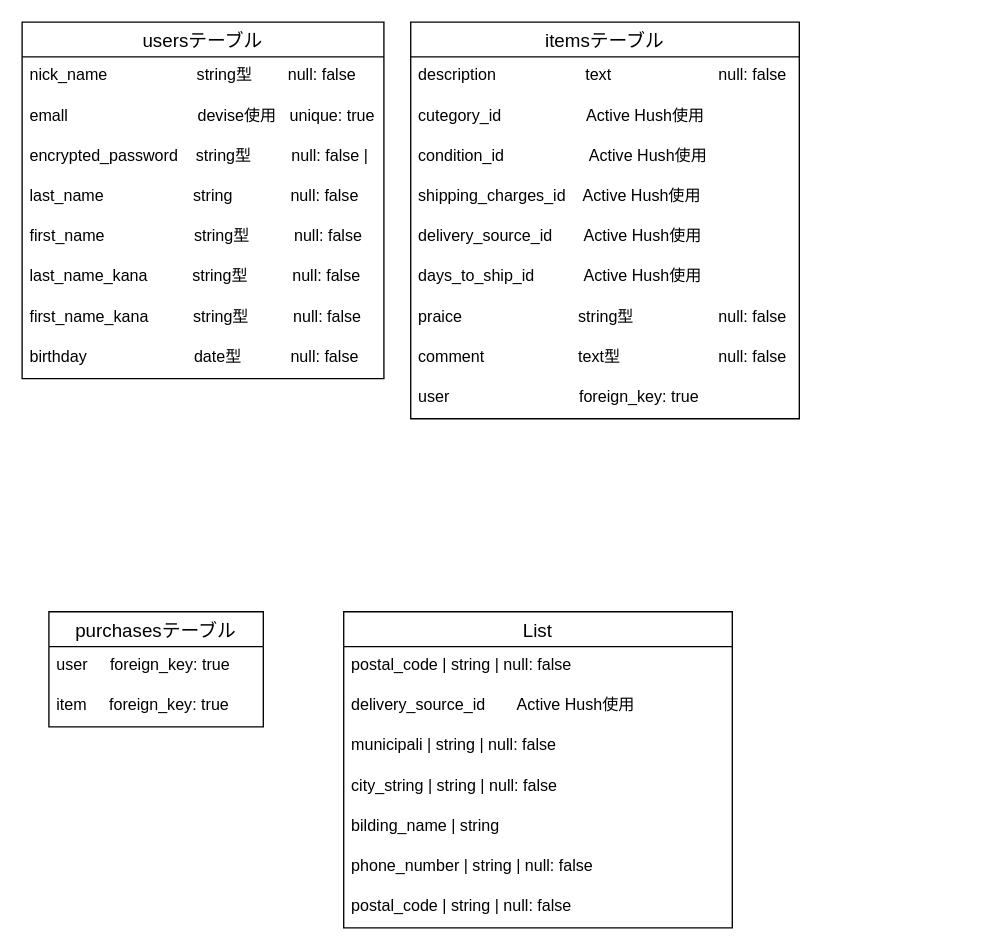
The draw.io diagram ER1.dio in hasemoku/furima-35430, before the edit. Source tidied: cells renumbered, new cells numbered last; positions are measured from the earlier drawing's top-left corner, leaving out a move shared by most shapes. Both pictures are drawn from the tidied source at 134%, with x=0, y=0 at pixel (21, 21).
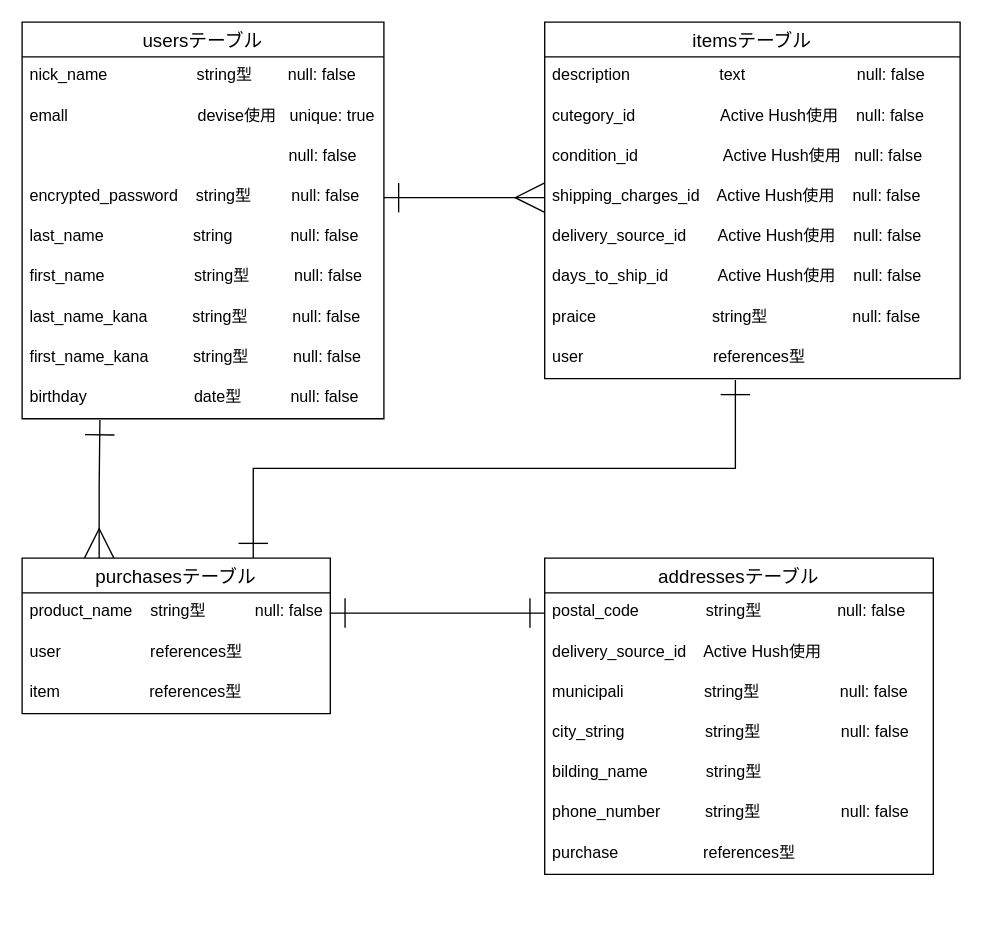
The same page after the edit.

What changed in the source:
```diff
@@
     <mxCell id="2" value="usersテーブル" style="swimlane;fontStyle=0;horizontal=1;startSize=26;align=center;fontSize=14;" parent="1" vertex="1">
-      <mxGeometry width="270" height="266" as="geometry" />
+      <mxGeometry width="270" height="296" as="geometry" />
     </mxCell>
@@
+    <mxCell id="32" value="                                                          null: false" style="text;strokeColor=none;fillColor=none;spacingLeft=4;spacingRight=4;overflow=hidden;fontSize=12;" parent="2" vertex="1">
+      <mxGeometry y="86" width="270" height="30" as="geometry" />
+    </mxCell>
-    <mxCell id="5" value=" encrypted_password    string型         null: false  |" style="text;strokeColor=none;fillColor=none;spacingLeft=4;spacingRight=4;overflow=hidden;points=[[0,0.5],[1,0.5]];portConstraint=eastwest;fontSize=12;" parent="2" vertex="1">
-      <mxGeometry y="86" width="270" height="30" as="geometry" />
+    <mxCell id="5" value=" encrypted_password    string型         null: false " style="text;strokeColor=none;fillColor=none;spacingLeft=4;spacingRight=4;overflow=hidden;points=[[0,0.5],[1,0.5]];portConstraint=eastwest;fontSize=12;" parent="2" vertex="1">
+      <mxGeometry y="116" width="270" height="30" as="geometry" />
     </mxCell>
     <mxCell id="6" value="last_name                    string             null: false" style="text;strokeColor=none;fillColor=none;spacingLeft=4;spacingRight=4;overflow=hidden;fontSize=12;" parent="2" vertex="1">
-      <mxGeometry y="116" width="270" height="30" as="geometry" />
+      <mxGeometry y="146" width="270" height="30" as="geometry" />
     </mxCell>
     <mxCell id="7" value="first_name                    string型          null: false" style="text;strokeColor=none;fillColor=none;spacingLeft=4;spacingRight=4;overflow=hidden;fontSize=12;" parent="2" vertex="1">
-      <mxGeometry y="146" width="270" height="30" as="geometry" />
+      <mxGeometry y="176" width="270" height="30" as="geometry" />
     </mxCell>
     <mxCell id="8" value="last_name_kana          string型          null: false" style="text;strokeColor=none;fillColor=none;spacingLeft=4;spacingRight=4;overflow=hidden;fontSize=12;" parent="2" vertex="1">
-      <mxGeometry y="176" width="270" height="30" as="geometry" />
+      <mxGeometry y="206" width="270" height="30" as="geometry" />
     </mxCell>
     <mxCell id="9" value="first_name_kana          string型          null: false" style="text;strokeColor=none;fillColor=none;spacingLeft=4;spacingRight=4;overflow=hidden;fontSize=12;" parent="2" vertex="1">
-      <mxGeometry y="206" width="270" height="30" as="geometry" />
+      <mxGeometry y="236" width="270" height="30" as="geometry" />
     </mxCell>
     <mxCell id="10" value="birthday                        date型           null: false" style="text;strokeColor=none;fillColor=none;spacingLeft=4;spacingRight=4;overflow=hidden;points=[[0,0.5],[1,0.5]];portConstraint=eastwest;fontSize=12;" parent="2" vertex="1">
-      <mxGeometry y="236" width="270" height="30" as="geometry" />
+      <mxGeometry y="266" width="270" height="30" as="geometry" />
     </mxCell>
     <mxCell id="11" value="itemsテーブル" style="swimlane;fontStyle=0;horizontal=1;startSize=26;align=center;fontSize=14;" parent="1" vertex="1">
-      <mxGeometry x="290" width="290" height="296" as="geometry" />
+      <mxGeometry x="390" width="310" height="266" as="geometry" />
     </mxCell>
-    <mxCell id="12" value="description                    text                        null: false" style="text;strokeColor=none;fillColor=none;spacingLeft=4;spacingRight=4;overflow=hidden;fontSize=12;" parent="11" vertex="1">
-      <mxGeometry y="26" width="290" height="30" as="geometry" />
+    <mxCell id="12" value="description                    text                         null: false" style="text;strokeColor=none;fillColor=none;spacingLeft=4;spacingRight=4;overflow=hidden;fontSize=12;" parent="11" vertex="1">
+      <mxGeometry y="26" width="310" height="30" as="geometry" />
     </mxCell>
-    <mxCell id="13" value="cutegory_id                   Active Hush使用" style="text;strokeColor=none;fillColor=none;spacingLeft=4;spacingRight=4;overflow=hidden;fontSize=12;" parent="11" vertex="1">
-      <mxGeometry y="56" width="290" height="30" as="geometry" />
+    <mxCell id="13" value="cutegory_id                   Active Hush使用    null: false" style="text;strokeColor=none;fillColor=none;spacingLeft=4;spacingRight=4;overflow=hidden;fontSize=12;" parent="11" vertex="1">
+      <mxGeometry y="56" width="310" height="30" as="geometry" />
     </mxCell>
-    <mxCell id="14" value="condition_id                   Active Hush使用" style="text;strokeColor=none;fillColor=none;spacingLeft=4;spacingRight=4;overflow=hidden;fontSize=12;" parent="11" vertex="1">
-      <mxGeometry y="86" width="290" height="30" as="geometry" />
+    <mxCell id="14" value="condition_id                   Active Hush使用   null: false" style="text;strokeColor=none;fillColor=none;spacingLeft=4;spacingRight=4;overflow=hidden;fontSize=12;" parent="11" vertex="1">
+      <mxGeometry y="86" width="310" height="30" as="geometry" />
     </mxCell>
-    <mxCell id="15" value="shipping_charges_id    Active Hush使用" style="text;strokeColor=none;fillColor=none;spacingLeft=4;spacingRight=4;overflow=hidden;points=[[0,0.5],[1,0.5]];portConstraint=eastwest;fontSize=12;" parent="11" vertex="1">
-      <mxGeometry y="116" width="290" height="30" as="geometry" />
+    <mxCell id="15" value="shipping_charges_id    Active Hush使用    null: false" style="text;strokeColor=none;fillColor=none;spacingLeft=4;spacingRight=4;overflow=hidden;points=[[0,0.5],[1,0.5]];portConstraint=eastwest;fontSize=12;" parent="11" vertex="1">
+      <mxGeometry y="116" width="310" height="30" as="geometry" />
     </mxCell>
-    <mxCell id="16" value="delivery_source_id       Active Hush使用" style="text;strokeColor=none;fillColor=none;spacingLeft=4;spacingRight=4;overflow=hidden;fontSize=12;" parent="11" vertex="1">
-      <mxGeometry y="146" width="290" height="30" as="geometry" />
+    <mxCell id="16" value="delivery_source_id       Active Hush使用    null: false" style="text;strokeColor=none;fillColor=none;spacingLeft=4;spacingRight=4;overflow=hidden;fontSize=12;" parent="11" vertex="1">
+      <mxGeometry y="146" width="310" height="30" as="geometry" />
     </mxCell>
-    <mxCell id="17" value="days_to_ship_id           Active Hush使用" style="text;strokeColor=none;fillColor=none;spacingLeft=4;spacingRight=4;overflow=hidden;fontSize=12;" parent="11" vertex="1">
-      <mxGeometry y="176" width="290" height="30" as="geometry" />
+    <mxCell id="17" value="days_to_ship_id           Active Hush使用    null: false" style="text;strokeColor=none;fillColor=none;spacingLeft=4;spacingRight=4;overflow=hidden;fontSize=12;" parent="11" vertex="1">
+      <mxGeometry y="176" width="310" height="30" as="geometry" />
     </mxCell>
     <mxCell id="18" value="praice                          string型                   null: false" style="text;strokeColor=none;fillColor=none;spacingLeft=4;spacingRight=4;overflow=hidden;fontSize=12;" parent="11" vertex="1">
-      <mxGeometry y="206" width="290" height="30" as="geometry" />
+      <mxGeometry y="206" width="310" height="30" as="geometry" />
     </mxCell>
-    <mxCell id="19" value="comment                     text型                      null: false" style="text;strokeColor=none;fillColor=none;spacingLeft=4;spacingRight=4;overflow=hidden;fontSize=12;" parent="11" vertex="1">
-      <mxGeometry y="236" width="290" height="30" as="geometry" />
-    </mxCell>
-    <mxCell id="20" value="user                             foreign_key: true " style="text;strokeColor=none;fillColor=none;spacingLeft=4;spacingRight=4;overflow=hidden;points=[[0,0.5],[1,0.5]];portConstraint=eastwest;fontSize=12;" parent="11" vertex="1">
-      <mxGeometry y="266" width="290" height="30" as="geometry" />
+    <mxCell id="20" value="user                             references型" style="text;strokeColor=none;fillColor=none;spacingLeft=4;spacingRight=4;overflow=hidden;points=[[0,0.5],[1,0.5]];portConstraint=eastwest;fontSize=12;" parent="11" vertex="1">
+      <mxGeometry y="236" width="310" height="30" as="geometry" />
     </mxCell>
+    <mxCell id="33" style="edgeStyle=orthogonalEdgeStyle;rounded=0;jettySize=auto;html=1;exitX=0.75;exitY=0;exitDx=0;exitDy=0;startArrow=ERone;startFill=0;endArrow=ERone;endFill=0;endSize=20;startSize=20;entryX=0.459;entryY=1.033;entryDx=0;entryDy=0;entryPerimeter=0;" parent="1" edge="1" source="21" target="20">
+      <mxGeometry relative="1" as="geometry" />
+    </mxCell>
+    <mxCell id="34" style="edgeStyle=orthogonalEdgeStyle;rounded=0;jettySize=auto;html=1;exitX=0.25;exitY=0;exitDx=0;exitDy=0;startArrow=ERmany;startFill=0;startSize=20;endArrow=ERone;endFill=0;endSize=20;entryX=0.215;entryY=1.033;entryDx=0;entryDy=0;entryPerimeter=0;" parent="1" edge="1" source="21" target="10">
+      <mxGeometry relative="1" as="geometry" />
+    </mxCell>
     <mxCell id="21" value="purchasesテーブル" style="swimlane;fontStyle=0;horizontal=1;startSize=26;align=center;fontSize=14;" parent="1" vertex="1">
-      <mxGeometry x="20" y="440" width="160" height="86" as="geometry" />
+      <mxGeometry y="400" width="230" height="116" as="geometry" />
     </mxCell>
-    <mxCell id="22" value="user     foreign_key: true" style="text;strokeColor=none;fillColor=none;spacingLeft=4;spacingRight=4;overflow=hidden;points=[[0,0.5],[1,0.5]];portConstraint=eastwest;fontSize=12;" parent="21" vertex="1">
-      <mxGeometry y="26" width="160" height="30" as="geometry" />
+    <mxCell id="22" value="product_name    string型           null: false" style="text;strokeColor=none;fillColor=none;spacingLeft=4;spacingRight=4;overflow=hidden;points=[[0,0.5],[1,0.5]];portConstraint=eastwest;fontSize=12;" parent="21" vertex="1">
+      <mxGeometry y="26" width="230" height="30" as="geometry" />
     </mxCell>
+    <mxCell id="35" value="user                    references型" style="text;strokeColor=none;fillColor=none;spacingLeft=4;spacingRight=4;overflow=hidden;fontSize=12;" parent="21" vertex="1">
+      <mxGeometry y="56" width="230" height="30" as="geometry" />
+    </mxCell>
-    <mxCell id="23" value="item     foreign_key: true" style="text;strokeColor=none;fillColor=none;spacingLeft=4;spacingRight=4;overflow=hidden;fontSize=12;" parent="21" vertex="1">
-      <mxGeometry y="56" width="160" height="30" as="geometry" />
+    <mxCell id="23" value="item                    references型" style="text;strokeColor=none;fillColor=none;spacingLeft=4;spacingRight=4;overflow=hidden;fontSize=12;" parent="21" vertex="1">
+      <mxGeometry y="86" width="230" height="30" as="geometry" />
     </mxCell>
-    <mxCell id="24" value="List" style="swimlane;fontStyle=0;horizontal=1;startSize=26;align=center;fontSize=14;" parent="1" vertex="1">
-      <mxGeometry x="240" y="440" width="290" height="236" as="geometry" />
+    <mxCell id="24" value="addressesテーブル" style="swimlane;fontStyle=0;horizontal=1;startSize=26;align=center;fontSize=14;" parent="1" vertex="1">
+      <mxGeometry x="390" y="400" width="290" height="236" as="geometry" />
     </mxCell>
-    <mxCell id="25" value="postal_code        | string            | null: false" style="text;strokeColor=none;fillColor=none;spacingLeft=4;spacingRight=4;overflow=hidden;points=[[0,0.5],[1,0.5]];portConstraint=eastwest;fontSize=12;" parent="24" vertex="1">
+    <mxCell id="25" value="postal_code               string型                 null: false" style="text;strokeColor=none;fillColor=none;spacingLeft=4;spacingRight=4;overflow=hidden;points=[[0,0.5],[1,0.5]];portConstraint=eastwest;fontSize=12;" parent="24" vertex="1">
       <mxGeometry y="26" width="290" height="30" as="geometry" />
     </mxCell>
-    <mxCell id="26" value="delivery_source_id       Active Hush使用" style="text;strokeColor=none;fillColor=none;spacingLeft=4;spacingRight=4;overflow=hidden;fontSize=12;" parent="24" vertex="1">
+    <mxCell id="26" value="delivery_source_id    Active Hush使用" style="text;strokeColor=none;fillColor=none;spacingLeft=4;spacingRight=4;overflow=hidden;fontSize=12;" parent="24" vertex="1">
       <mxGeometry y="56" width="290" height="30" as="geometry" />
     </mxCell>
-    <mxCell id="27" value="municipali         | string            | null: false" style="text;strokeColor=none;fillColor=none;spacingLeft=4;spacingRight=4;overflow=hidden;fontSize=12;" parent="24" vertex="1">
+    <mxCell id="27" value="municipali                  string型                  null: false" style="text;strokeColor=none;fillColor=none;spacingLeft=4;spacingRight=4;overflow=hidden;fontSize=12;" parent="24" vertex="1">
       <mxGeometry y="86" width="290" height="30" as="geometry" />
     </mxCell>
-    <mxCell id="28" value="city_string        | string            | null: false" style="text;strokeColor=none;fillColor=none;spacingLeft=4;spacingRight=4;overflow=hidden;fontSize=12;" parent="24" vertex="1">
+    <mxCell id="28" value="city_string                  string型                  null: false" style="text;strokeColor=none;fillColor=none;spacingLeft=4;spacingRight=4;overflow=hidden;fontSize=12;" parent="24" vertex="1">
       <mxGeometry y="116" width="290" height="30" as="geometry" />
     </mxCell>
-    <mxCell id="29" value="bilding_name       | string" style="text;strokeColor=none;fillColor=none;spacingLeft=4;spacingRight=4;overflow=hidden;fontSize=12;" parent="24" vertex="1">
+    <mxCell id="29" value="bilding_name             string型" style="text;strokeColor=none;fillColor=none;spacingLeft=4;spacingRight=4;overflow=hidden;fontSize=12;" parent="24" vertex="1">
       <mxGeometry y="146" width="290" height="30" as="geometry" />
     </mxCell>
-    <mxCell id="30" value="phone_number       | string            | null: false" style="text;strokeColor=none;fillColor=none;spacingLeft=4;spacingRight=4;overflow=hidden;fontSize=12;" parent="24" vertex="1">
+    <mxCell id="30" value="phone_number          string型                  null: false" style="text;strokeColor=none;fillColor=none;spacingLeft=4;spacingRight=4;overflow=hidden;fontSize=12;" parent="24" vertex="1">
       <mxGeometry y="176" width="290" height="30" as="geometry" />
     </mxCell>
-    <mxCell id="31" value="postal_code        | string            | null: false" style="text;strokeColor=none;fillColor=none;spacingLeft=4;spacingRight=4;overflow=hidden;fontSize=12;" parent="24" vertex="1">
+    <mxCell id="31" value="purchase                   references型" style="text;strokeColor=none;fillColor=none;spacingLeft=4;spacingRight=4;overflow=hidden;fontSize=12;" parent="24" vertex="1">
       <mxGeometry y="206" width="290" height="30" as="geometry" />
     </mxCell>
+    <mxCell id="36" style="edgeStyle=orthogonalEdgeStyle;rounded=0;jettySize=auto;html=1;exitX=1;exitY=0.5;exitDx=0;exitDy=0;entryX=0;entryY=0.5;entryDx=0;entryDy=0;endArrow=ERone;endFill=0;startArrow=ERone;startFill=0;endSize=20;startSize=20;" parent="1" edge="1" source="22" target="25">
+      <mxGeometry relative="1" as="geometry" />
+    </mxCell>
+    <mxCell id="37" style="edgeStyle=orthogonalEdgeStyle;rounded=0;jettySize=auto;html=1;exitX=1;exitY=0.5;exitDx=0;exitDy=0;entryX=0;entryY=0.5;entryDx=0;entryDy=0;endArrow=ERmany;endFill=0;startArrow=ERone;startFill=0;endSize=20;startSize=20;" parent="1" edge="1" source="5" target="15">
+      <mxGeometry relative="1" as="geometry" />
+    </mxCell>
```
